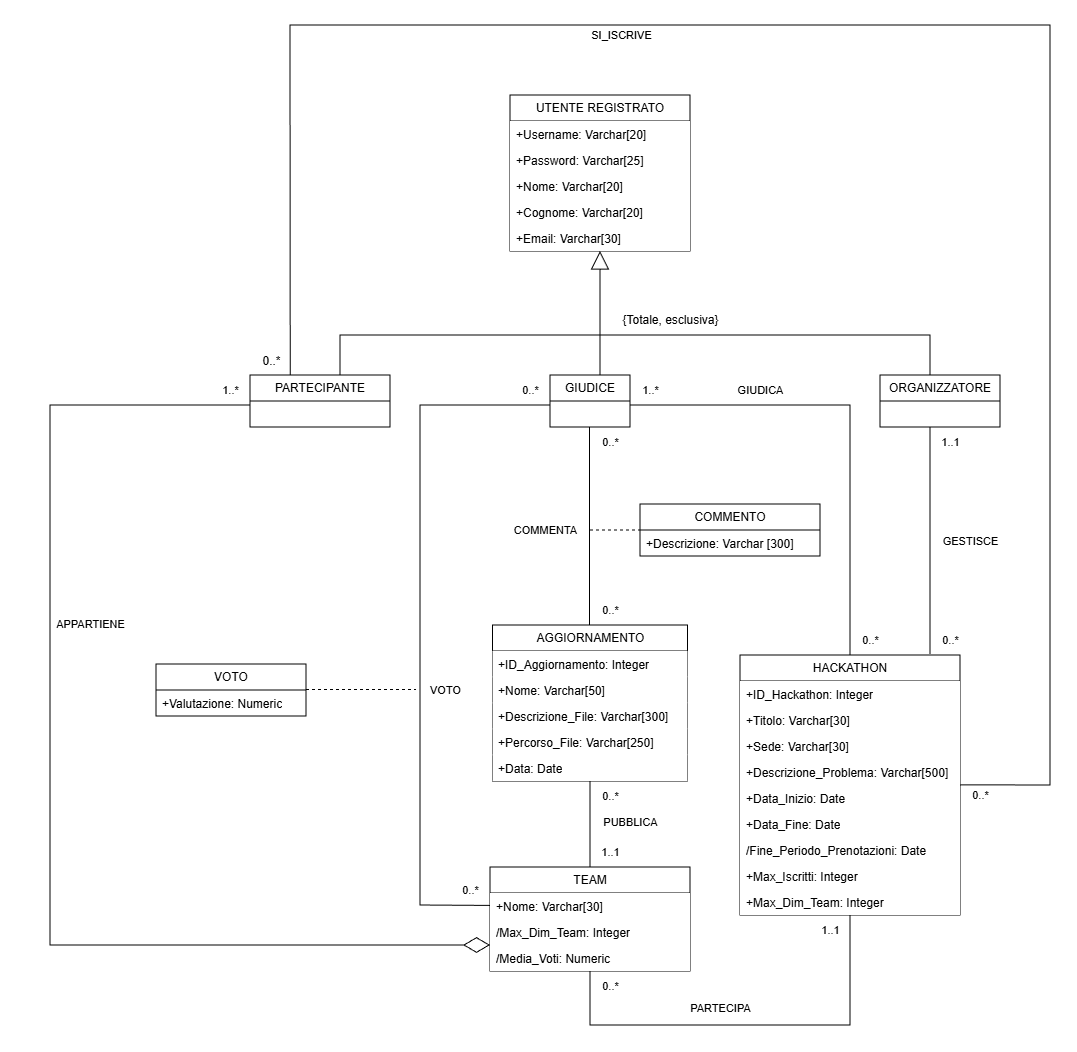
galetizia/Progetto-DB keeps this draw.io diagram as Diagramma UML Hackathon.drawio.png. Above is the earlier version. Source tidied: cells renumbered, new cells last; positions are measured from the earlier drawing's top-left corner, leaving out a move shared by most shapes.
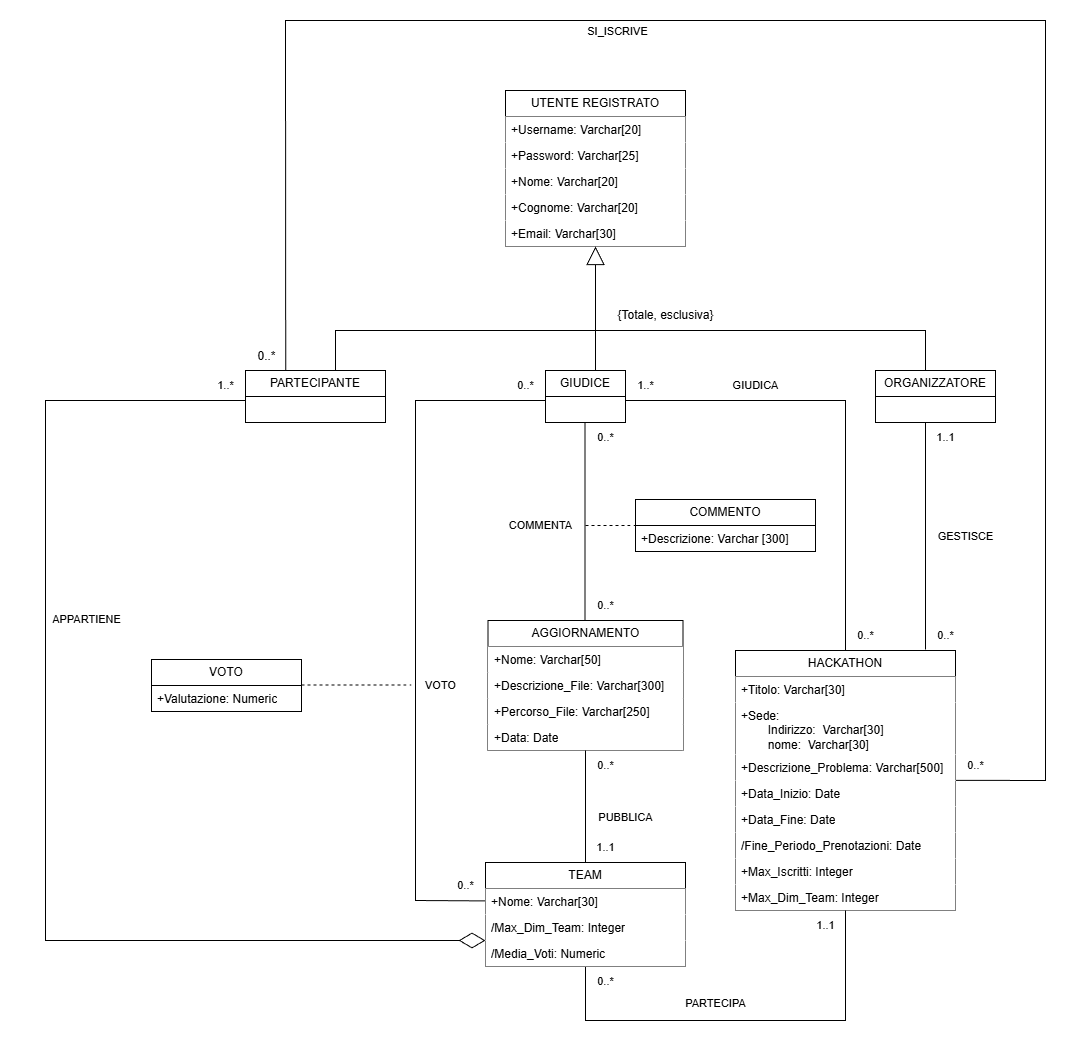
Above is the later version.

Diff of the diagram source:
```diff
@@ -53,14 +53,11 @@
     <mxCell id="10" value="HACKATHON" style="swimlane;fontStyle=0;horizontal=1;startSize=26;fillColor=default;whiteSpace=wrap;html=1;" parent="1" vertex="1">
       <mxGeometry x="690" y="630" width="220" height="260" as="geometry" />
     </mxCell>
-    <mxCell id="11" value="+ID_Hackathon: Integer" style="text;strokeColor=none;fillColor=default;align=left;verticalAlign=top;spacingLeft=4;spacingRight=4;overflow=hidden;whiteSpace=wrap;html=1;" parent="10" vertex="1">
-      <mxGeometry y="26" width="220" height="26" as="geometry" />
-    </mxCell>
     <mxCell id="12" value="+Titolo: Varchar[30]" style="text;strokeColor=none;fillColor=default;align=left;verticalAlign=top;spacingLeft=4;spacingRight=4;overflow=hidden;whiteSpace=wrap;html=1;" parent="10" vertex="1">
-      <mxGeometry y="52" width="220" height="26" as="geometry" />
+      <mxGeometry y="26" width="220" height="26" as="geometry" />
     </mxCell>
-    <mxCell id="13" value="+Sede: Varchar[30]" style="text;strokeColor=none;fillColor=default;align=left;verticalAlign=top;spacingLeft=4;spacingRight=4;overflow=hidden;whiteSpace=wrap;html=1;" parent="10" vertex="1">
-      <mxGeometry y="78" width="220" height="26" as="geometry" />
+    <mxCell id="13" value="+Sede:&lt;div&gt;&lt;span style=&quot;white-space: pre;&quot;&gt;&#9;&lt;/span&gt;Indirizzo:&amp;nbsp;&lt;span style=&quot;background-color: transparent; color: light-dark(rgb(0, 0, 0), rgb(255, 255, 255));&quot;&gt;&amp;nbsp;&lt;/span&gt;&lt;span style=&quot;background-color: transparent; color: light-dark(rgb(0, 0, 0), rgb(255, 255, 255));&quot;&gt;Varchar[30]&lt;/span&gt;&lt;br&gt;&lt;/div&gt;&lt;div&gt;&lt;span style=&quot;background-color: transparent; color: light-dark(rgb(0, 0, 0), rgb(255, 255, 255));&quot;&gt;&lt;span style=&quot;white-space: pre;&quot;&gt;&#9;&lt;/span&gt;nome:&amp;nbsp;&lt;/span&gt;&lt;span style=&quot;background-color: transparent; color: light-dark(rgb(0, 0, 0), rgb(255, 255, 255));&quot;&gt;&amp;nbsp;&lt;/span&gt;&lt;span style=&quot;background-color: transparent; color: light-dark(rgb(0, 0, 0), rgb(255, 255, 255));&quot;&gt;Varchar[30]&lt;/span&gt;&lt;span style=&quot;background-color: transparent; color: light-dark(rgb(0, 0, 0), rgb(255, 255, 255));&quot;&gt;&lt;br&gt;&lt;/span&gt;&lt;/div&gt;" style="text;strokeColor=none;fillColor=default;align=left;verticalAlign=top;spacingLeft=4;spacingRight=4;overflow=hidden;whiteSpace=wrap;html=1;" parent="10" vertex="1">
+      <mxGeometry y="52" width="220" height="52" as="geometry" />
     </mxCell>
     <mxCell id="14" value="+Descrizione_Problema: Varchar[500]" style="text;strokeColor=none;fillColor=default;align=left;verticalAlign=top;spacingLeft=4;spacingRight=4;overflow=hidden;whiteSpace=wrap;html=1;" parent="10" vertex="1">
       <mxGeometry y="104" width="220" height="26" as="geometry" />
@@ -101,22 +98,19 @@
       <mxGeometry y="78" width="200" height="26" as="geometry" />
     </mxCell>
     <mxCell id="25" value="AGGIORNAMENTO" style="swimlane;fontStyle=0;horizontal=1;startSize=26;fillColor=default;whiteSpace=wrap;html=1;" parent="1" vertex="1">
-      <mxGeometry x="442.5" y="600" width="195" height="156" as="geometry" />
+      <mxGeometry x="442.5" y="600" width="195" height="130" as="geometry" />
     </mxCell>
-    <mxCell id="26" value="+ID_Aggiornamento: Integer" style="text;strokeColor=none;fillColor=default;align=left;verticalAlign=top;spacingLeft=4;spacingRight=4;overflow=hidden;whiteSpace=wrap;html=1;" parent="25" vertex="1">
-      <mxGeometry y="26" width="195" height="26" as="geometry" />
-    </mxCell>
     <mxCell id="27" value="+Nome: Varchar[50]" style="text;strokeColor=none;fillColor=default;align=left;verticalAlign=top;spacingLeft=4;spacingRight=4;overflow=hidden;whiteSpace=wrap;html=1;" parent="25" vertex="1">
-      <mxGeometry y="52" width="195" height="26" as="geometry" />
+      <mxGeometry y="26" width="195" height="26" as="geometry" />
     </mxCell>
     <mxCell id="28" value="+Descrizione_File: Varchar[300]" style="text;strokeColor=none;fillColor=default;align=left;verticalAlign=top;spacingLeft=4;spacingRight=4;overflow=hidden;whiteSpace=wrap;html=1;" parent="25" vertex="1">
-      <mxGeometry y="78" width="195" height="26" as="geometry" />
+      <mxGeometry y="52" width="195" height="26" as="geometry" />
     </mxCell>
     <mxCell id="29" value="+Percorso_File: Varchar[250]" style="text;strokeColor=none;fillColor=default;align=left;verticalAlign=top;spacingLeft=4;spacingRight=4;overflow=hidden;whiteSpace=wrap;html=1;" parent="25" vertex="1">
-      <mxGeometry y="104" width="195" height="26" as="geometry" />
+      <mxGeometry y="78" width="195" height="26" as="geometry" />
     </mxCell>
     <mxCell id="30" value="+Data: Date" style="text;strokeColor=none;fillColor=default;align=left;verticalAlign=top;spacingLeft=4;spacingRight=4;overflow=hidden;whiteSpace=wrap;html=1;" parent="25" vertex="1">
-      <mxGeometry y="130" width="195" height="26" as="geometry" />
+      <mxGeometry y="104" width="195" height="26" as="geometry" />
     </mxCell>
     <mxCell id="31" style="edgeStyle=none;shape=connector;rounded=0;jettySize=auto;html=1;exitX=0.5;exitY=1;exitDx=0;exitDy=0;entryX=0.5;entryY=0;entryDx=0;entryDy=0;strokeColor=default;align=center;verticalAlign=middle;fontFamily=Helvetica;fontSize=11;fontColor=default;labelBackgroundColor=default;endArrow=none;" parent="1" edge="1" source="25" target="21">
       <mxGeometry relative="1" as="geometry" />
@@ -155,7 +149,7 @@
       <mxGeometry x="540" y="812" width="40" height="30" as="geometry" />
     </mxCell>
     <mxCell id="42" value="0..*" style="text;html=1;align=center;verticalAlign=middle;strokeColor=none;fillColor=none;fontFamily=Helvetica;fontSize=11;fontColor=default;labelBackgroundColor=default;" parent="1" vertex="1">
-      <mxGeometry x="540" y="756" width="40" height="30" as="geometry" />
+      <mxGeometry x="540" y="730" width="40" height="30" as="geometry" />
     </mxCell>
     <mxCell id="43" value="0..*" style="text;html=1;align=center;verticalAlign=middle;strokeColor=none;fillColor=none;fontFamily=Helvetica;fontSize=11;fontColor=default;labelBackgroundColor=default;" parent="1" vertex="1">
       <mxGeometry x="400" y="850" width="40" height="30" as="geometry" />
@@ -258,7 +252,7 @@
     </mxCell>
     <mxCell id="67" value="0..*" style="edgeLabel;html=1;align=center;verticalAlign=middle;" parent="64" vertex="1">
       <mxGeometry x="0.96" relative="1" as="geometry">
-        <mxPoint x="-19" y="10" as="offset" />
+        <mxPoint x="-19" y="-16" as="offset" />
       </mxGeometry>
     </mxCell>
     <mxCell id="68" style="edgeStyle=none;shape=connector;rounded=0;orthogonalLoop=1;jettySize=auto;html=1;exitX=1;exitY=0.5;exitDx=0;exitDy=0;strokeColor=default;align=center;verticalAlign=middle;fontFamily=Helvetica;fontSize=11;fontColor=default;labelBackgroundColor=default;endArrow=none;dashed=1;" parent="1" edge="1">
```
